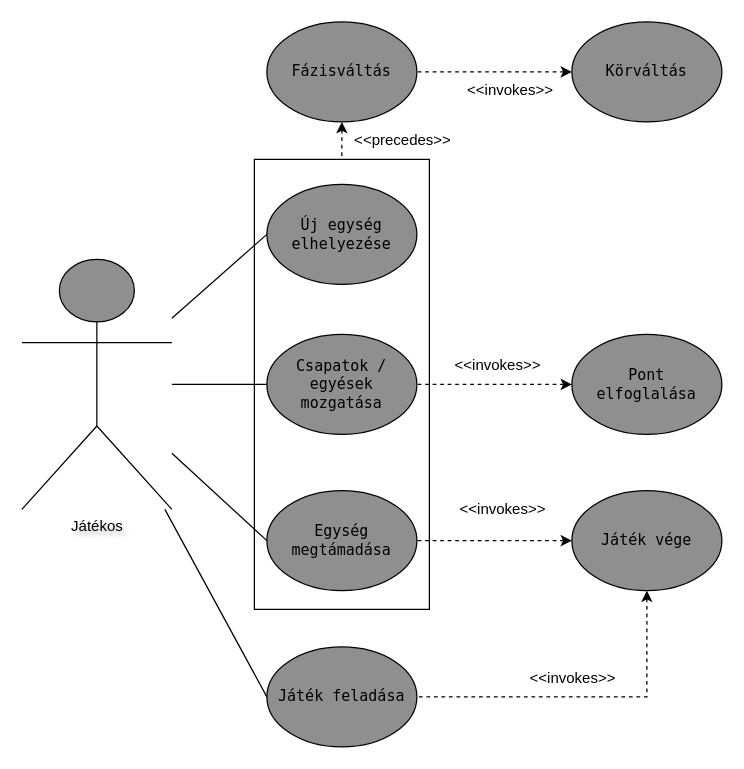
GrG0312/Szakdolgozat keeps this draw.io diagram as page "UseCase_Ingame" (3 of 14) of Documents/Diagram/Thesis.drawio. Above is the earlier version. Source tidied: cells renumbered, new cells numbered last; positions are measured from the earlier drawing's top-left corner, leaving out a move shared by most shapes. Both pictures are drawn from the tidied source at 125%, with x=0, y=0 at pixel (21, 21).
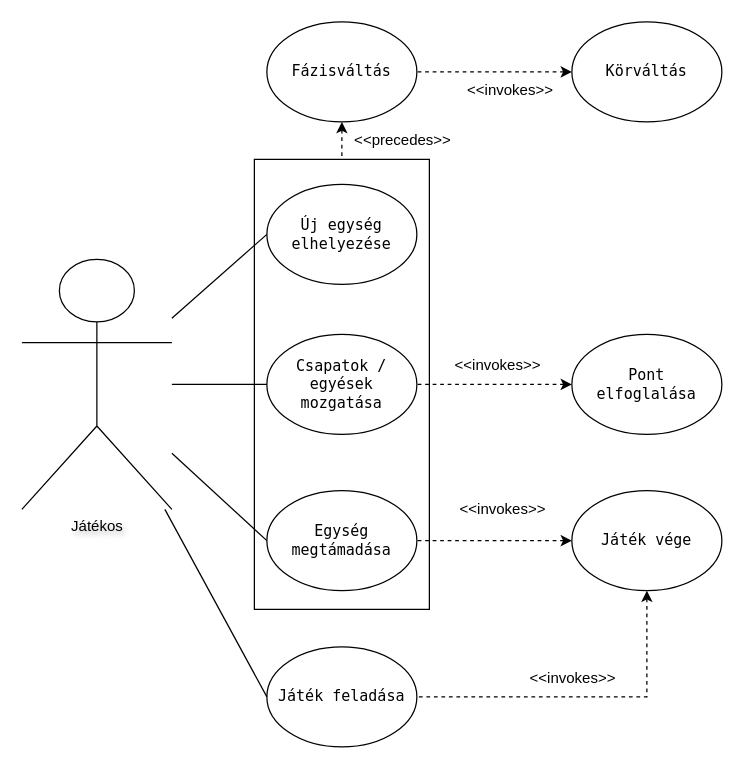
The same diagram, later.

What changed in the source:
```diff
@@
-    <mxCell id="2" style="rounded=0;whiteSpace=wrap;html=1;fillColor=none;" parent="1" vertex="1">
+    <mxCell id="2" style="rounded=0;whiteSpace=wrap;html=1;fillColor=none;labelBackgroundColor=none;" parent="1" vertex="1">
       <mxGeometry x="186" y="110" width="140" height="360" as="geometry" />
     </mxCell>
-    <mxCell id="3" value="Játékos" style="shape=umlActor;verticalLabelPosition=bottom;verticalAlign=top;html=1;outlineConnect=0;gradientColor=none;fillColor=#8f8f8f;textShadow=1;labelBorderColor=none;labelBackgroundColor=none;" parent="1" vertex="1">
+    <mxCell id="3" value="Játékos" style="shape=umlActor;verticalLabelPosition=bottom;verticalAlign=top;html=1;outlineConnect=0;textShadow=1;labelBorderColor=none;labelBackgroundColor=none;" parent="1" vertex="1">
       <mxGeometry y="190" width="120" height="200" as="geometry" />
     </mxCell>
-    <mxCell id="4" value="Csapatok / egyések mozgatása" style="ellipse;whiteSpace=wrap;html=1;fontFamily=Lucida Console;fontSize=12;textShadow=0;gradientColor=none;fillColor=#8f8f8f;spacingLeft=5;spacingRight=5;" parent="1" vertex="1">
+    <mxCell id="4" value="Csapatok / egyések mozgatása" style="ellipse;whiteSpace=wrap;html=1;fontFamily=Lucida Console;fontSize=12;textShadow=0;spacingLeft=5;spacingRight=5;labelBackgroundColor=none;" parent="1" vertex="1">
       <mxGeometry x="196" y="250" width="120" height="80" as="geometry" />
     </mxCell>
-    <mxCell id="5" value="Egység megtámadása" style="ellipse;whiteSpace=wrap;html=1;fontFamily=Lucida Console;fontSize=12;textShadow=0;gradientColor=none;fillColor=#8f8f8f;spacingLeft=5;spacingRight=5;" parent="1" vertex="1">
+    <mxCell id="5" value="Egység megtámadása" style="ellipse;whiteSpace=wrap;html=1;fontFamily=Lucida Console;fontSize=12;textShadow=0;spacingLeft=5;spacingRight=5;labelBackgroundColor=none;" parent="1" vertex="1">
       <mxGeometry x="196" y="375" width="120" height="80" as="geometry" />
     </mxCell>
-    <mxCell id="6" style="endArrow=none;html=1;rounded=0;entryX=0;entryY=0.5;entryDx=0;entryDy=0;" parent="1" edge="1" source="3" target="4">
+    <mxCell id="6" style="endArrow=none;html=1;rounded=0;entryX=0;entryY=0.5;entryDx=0;entryDy=0;labelBackgroundColor=none;fontColor=default;" parent="1" edge="1" source="3" target="4">
       <mxGeometry relative="1" as="geometry" />
     </mxCell>
-    <mxCell id="7" style="endArrow=none;html=1;rounded=0;entryX=0;entryY=0.5;entryDx=0;entryDy=0;" parent="1" edge="1" source="3" target="5">
+    <mxCell id="7" style="endArrow=none;html=1;rounded=0;entryX=0;entryY=0.5;entryDx=0;entryDy=0;labelBackgroundColor=none;fontColor=default;" parent="1" edge="1" source="3" target="5">
       <mxGeometry relative="1" as="geometry" />
     </mxCell>
-    <mxCell id="8" value="Pont elfoglalása" style="ellipse;whiteSpace=wrap;html=1;fontFamily=Lucida Console;fontSize=12;textShadow=0;gradientColor=none;fillColor=#8f8f8f;spacingLeft=5;spacingRight=5;" parent="1" vertex="1">
+    <mxCell id="8" value="Pont elfoglalása" style="ellipse;whiteSpace=wrap;html=1;fontFamily=Lucida Console;fontSize=12;textShadow=0;spacingLeft=5;spacingRight=5;labelBackgroundColor=none;" parent="1" vertex="1">
       <mxGeometry x="440" y="250" width="120" height="80" as="geometry" />
     </mxCell>
-    <mxCell id="9" style="endArrow=none;dashed=1;html=1;rounded=0;exitX=0;exitY=0.5;exitDx=0;exitDy=0;entryX=1;entryY=0.5;entryDx=0;entryDy=0;startArrow=classic;startFill=1;" parent="1" edge="1" source="8" target="4">
+    <mxCell id="9" style="endArrow=none;dashed=1;html=1;rounded=0;exitX=0;exitY=0.5;exitDx=0;exitDy=0;entryX=1;entryY=0.5;entryDx=0;entryDy=0;startArrow=classic;startFill=1;labelBackgroundColor=none;fontColor=default;" parent="1" edge="1" source="8" target="4">
       <mxGeometry relative="1" as="geometry" />
     </mxCell>
-    <mxCell id="10" value="Játék vége" style="ellipse;whiteSpace=wrap;html=1;fontFamily=Lucida Console;fontSize=12;textShadow=0;gradientColor=none;fillColor=#8f8f8f;spacingLeft=5;spacingRight=5;" parent="1" vertex="1">
+    <mxCell id="10" value="Játék vége" style="ellipse;whiteSpace=wrap;html=1;fontFamily=Lucida Console;fontSize=12;textShadow=0;spacingLeft=5;spacingRight=5;labelBackgroundColor=none;" parent="1" vertex="1">
       <mxGeometry x="440" y="375" width="120" height="80" as="geometry" />
     </mxCell>
-    <mxCell id="11" style="endArrow=none;dashed=1;html=1;rounded=0;exitX=0;exitY=0.5;exitDx=0;exitDy=0;entryX=1;entryY=0.5;entryDx=0;entryDy=0;startArrow=classic;startFill=1;" parent="1" edge="1" source="10" target="5">
+    <mxCell id="11" style="endArrow=none;dashed=1;html=1;rounded=0;exitX=0;exitY=0.5;exitDx=0;exitDy=0;entryX=1;entryY=0.5;entryDx=0;entryDy=0;startArrow=classic;startFill=1;labelBackgroundColor=none;fontColor=default;" parent="1" edge="1" source="10" target="5">
       <mxGeometry relative="1" as="geometry" />
     </mxCell>
-    <mxCell id="12" value="&amp;lt;&amp;lt;invokes&amp;gt;&amp;gt;" style="text;html=1;align=center;verticalAlign=middle;whiteSpace=wrap;rounded=0;" parent="1" vertex="1">
+    <mxCell id="12" value="&amp;lt;&amp;lt;invokes&amp;gt;&amp;gt;" style="text;html=1;align=center;verticalAlign=middle;whiteSpace=wrap;rounded=0;labelBackgroundColor=none;" parent="1" vertex="1">
       <mxGeometry x="330" y="375" width="110" height="30" as="geometry" />
     </mxCell>
-    <mxCell id="13" value="&amp;lt;&amp;lt;invokes&lt;span style=&quot;background-color: initial;&quot;&gt;&amp;gt;&amp;gt;&lt;/span&gt;" style="text;html=1;align=center;verticalAlign=middle;whiteSpace=wrap;rounded=0;" parent="1" vertex="1">
+    <mxCell id="13" value="&amp;lt;&amp;lt;invokes&lt;span style=&quot;background-color: initial;&quot;&gt;&amp;gt;&amp;gt;&lt;/span&gt;" style="text;html=1;align=center;verticalAlign=middle;whiteSpace=wrap;rounded=0;labelBackgroundColor=none;" parent="1" vertex="1">
       <mxGeometry x="326" y="260" width="110" height="30" as="geometry" />
     </mxCell>
-    <mxCell id="14" value="Fázisváltás" style="ellipse;whiteSpace=wrap;html=1;fontFamily=Lucida Console;fontSize=12;textShadow=0;gradientColor=none;fillColor=#8f8f8f;spacingLeft=5;spacingRight=5;" parent="1" vertex="1">
+    <mxCell id="14" value="Fázisváltás" style="ellipse;whiteSpace=wrap;html=1;fontFamily=Lucida Console;fontSize=12;textShadow=0;spacingLeft=5;spacingRight=5;labelBackgroundColor=none;" parent="1" vertex="1">
       <mxGeometry x="196" width="120" height="80" as="geometry" />
     </mxCell>
-    <mxCell id="15" value="Körváltás" style="ellipse;whiteSpace=wrap;html=1;fontFamily=Lucida Console;fontSize=12;textShadow=0;gradientColor=none;fillColor=#8f8f8f;spacingLeft=5;spacingRight=5;" parent="1" vertex="1">
+    <mxCell id="15" value="Körváltás" style="ellipse;whiteSpace=wrap;html=1;fontFamily=Lucida Console;fontSize=12;textShadow=0;spacingLeft=5;spacingRight=5;labelBackgroundColor=none;" parent="1" vertex="1">
       <mxGeometry x="440" width="120" height="80" as="geometry" />
     </mxCell>
-    <mxCell id="16" value="Új egység elhelyezése" style="ellipse;whiteSpace=wrap;html=1;fontFamily=Lucida Console;fontSize=12;textShadow=0;gradientColor=none;fillColor=#8f8f8f;spacingLeft=5;spacingRight=5;" parent="1" vertex="1">
+    <mxCell id="16" value="Új egység elhelyezése" style="ellipse;whiteSpace=wrap;html=1;fontFamily=Lucida Console;fontSize=12;textShadow=0;spacingLeft=5;spacingRight=5;labelBackgroundColor=none;" parent="1" vertex="1">
       <mxGeometry x="196" y="130" width="120" height="80" as="geometry" />
     </mxCell>
-    <mxCell id="17" style="endArrow=none;dashed=1;html=1;rounded=0;exitX=0.5;exitY=1;exitDx=0;exitDy=0;entryX=0.5;entryY=0;entryDx=0;entryDy=0;startArrow=classic;startFill=1;" parent="1" edge="1" source="14" target="2">
+    <mxCell id="17" style="endArrow=none;dashed=1;html=1;rounded=0;exitX=0.5;exitY=1;exitDx=0;exitDy=0;entryX=0.5;entryY=0;entryDx=0;entryDy=0;startArrow=classic;startFill=1;labelBackgroundColor=none;fontColor=default;" parent="1" edge="1" source="14" target="2">
       <mxGeometry relative="1" as="geometry" />
     </mxCell>
-    <mxCell id="18" value="&amp;lt;&amp;lt;precedes&lt;span style=&quot;background-color: initial;&quot;&gt;&amp;gt;&amp;gt;&lt;/span&gt;" style="text;html=1;align=center;verticalAlign=middle;whiteSpace=wrap;rounded=0;" parent="1" vertex="1">
+    <mxCell id="18" value="&amp;lt;&amp;lt;precedes&lt;span style=&quot;background-color: initial;&quot;&gt;&amp;gt;&amp;gt;&lt;/span&gt;" style="text;html=1;align=center;verticalAlign=middle;whiteSpace=wrap;rounded=0;labelBackgroundColor=none;" parent="1" vertex="1">
       <mxGeometry x="250" y="80" width="110" height="30" as="geometry" />
     </mxCell>
-    <mxCell id="19" value="&amp;lt;&amp;lt;invokes&lt;span style=&quot;background-color: initial;&quot;&gt;&amp;gt;&amp;gt;&lt;/span&gt;" style="text;html=1;align=center;verticalAlign=middle;whiteSpace=wrap;rounded=0;" parent="1" vertex="1">
+    <mxCell id="19" value="&amp;lt;&amp;lt;invokes&lt;span style=&quot;background-color: initial;&quot;&gt;&amp;gt;&amp;gt;&lt;/span&gt;" style="text;html=1;align=center;verticalAlign=middle;whiteSpace=wrap;rounded=0;labelBackgroundColor=none;" parent="1" vertex="1">
       <mxGeometry x="336" y="40" width="110" height="30" as="geometry" />
     </mxCell>
-    <mxCell id="20" style="endArrow=none;dashed=1;html=1;rounded=0;entryX=1;entryY=0.5;entryDx=0;entryDy=0;startArrow=classic;startFill=1;exitX=0;exitY=0.5;exitDx=0;exitDy=0;" parent="1" edge="1" source="15" target="14">
+    <mxCell id="20" style="endArrow=none;dashed=1;html=1;rounded=0;entryX=1;entryY=0.5;entryDx=0;entryDy=0;startArrow=classic;startFill=1;exitX=0;exitY=0.5;exitDx=0;exitDy=0;labelBackgroundColor=none;fontColor=default;" parent="1" edge="1" source="15" target="14">
       <mxGeometry relative="1" as="geometry" />
     </mxCell>
-    <mxCell id="21" value="Játék feladása" style="ellipse;whiteSpace=wrap;html=1;fontFamily=Lucida Console;fontSize=12;textShadow=0;gradientColor=none;fillColor=#8f8f8f;spacingLeft=5;spacingRight=5;" parent="1" vertex="1">
+    <mxCell id="21" value="Játék feladása" style="ellipse;whiteSpace=wrap;html=1;fontFamily=Lucida Console;fontSize=12;textShadow=0;spacingLeft=5;spacingRight=5;labelBackgroundColor=none;" parent="1" vertex="1">
       <mxGeometry x="196" y="500" width="120" height="80" as="geometry" />
     </mxCell>
-    <mxCell id="22" style="endArrow=none;html=1;rounded=0;exitX=0;exitY=0.5;exitDx=0;exitDy=0;" parent="1" edge="1" source="21" target="3">
+    <mxCell id="22" style="endArrow=none;html=1;rounded=0;exitX=0;exitY=0.5;exitDx=0;exitDy=0;labelBackgroundColor=none;fontColor=default;" parent="1" edge="1" source="21" target="3">
       <mxGeometry relative="1" as="geometry" />
     </mxCell>
-    <mxCell id="23" style="endArrow=none;html=1;rounded=0;entryX=0;entryY=0.5;entryDx=0;entryDy=0;" parent="1" edge="1" source="3" target="16">
+    <mxCell id="23" style="endArrow=none;html=1;rounded=0;entryX=0;entryY=0.5;entryDx=0;entryDy=0;labelBackgroundColor=none;fontColor=default;" parent="1" edge="1" source="3" target="16">
       <mxGeometry relative="1" as="geometry" />
     </mxCell>
-    <mxCell id="24" style="endArrow=none;dashed=1;html=1;rounded=0;exitX=0.5;exitY=1;exitDx=0;exitDy=0;entryX=1;entryY=0.5;entryDx=0;entryDy=0;startArrow=classic;startFill=1;" parent="1" edge="1" source="10" target="21">
+    <mxCell id="24" style="endArrow=none;dashed=1;html=1;rounded=0;exitX=0.5;exitY=1;exitDx=0;exitDy=0;entryX=1;entryY=0.5;entryDx=0;entryDy=0;startArrow=classic;startFill=1;labelBackgroundColor=none;fontColor=default;" parent="1" edge="1" source="10" target="21">
       <mxGeometry relative="1" as="geometry">
         <Array as="points">
           <mxPoint x="500" y="540" />
         </Array>
       </mxGeometry>
     </mxCell>
-    <mxCell id="25" value="&amp;lt;&amp;lt;invokes&amp;gt;&amp;gt;" style="text;html=1;align=center;verticalAlign=middle;whiteSpace=wrap;rounded=0;" parent="1" vertex="1">
+    <mxCell id="25" value="&amp;lt;&amp;lt;invokes&amp;gt;&amp;gt;" style="text;html=1;align=center;verticalAlign=middle;whiteSpace=wrap;rounded=0;labelBackgroundColor=none;" parent="1" vertex="1">
       <mxGeometry x="386" y="510" width="110" height="30" as="geometry" />
     </mxCell>
```
